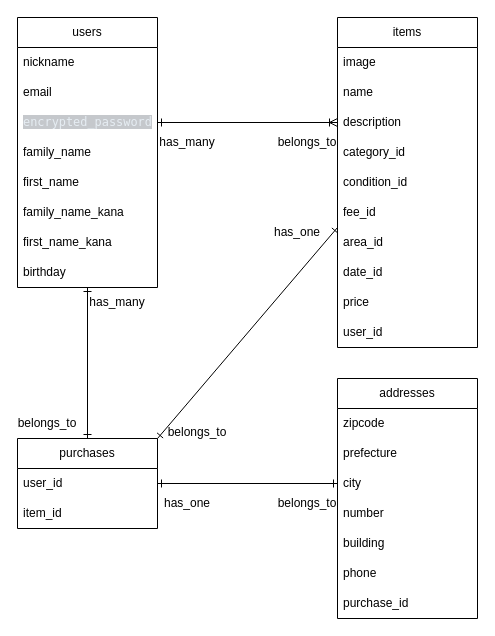
The draw.io diagram furima.dio in taikiwish/furima-40580, before the edit. Source tidied: cells renumbered, new cells numbered last; positions are measured from the earlier drawing's top-left corner, leaving out a move shared by most shapes. Both pictures are drawn from the tidied source at 100%, with x=0, y=0 at pixel (17, 17).
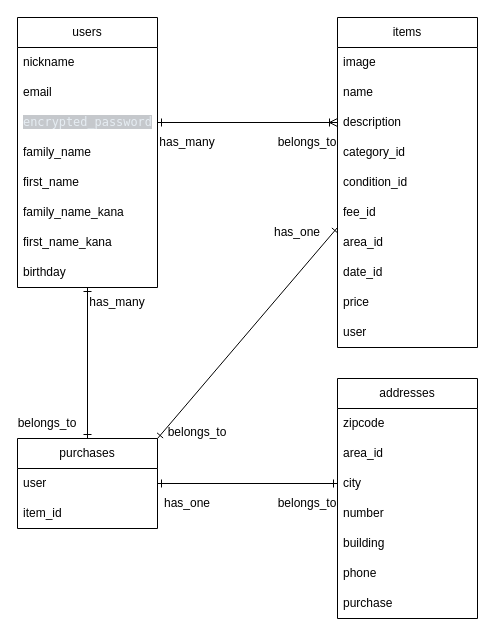
The same diagram, later.

Unchanged cells that the change refers to:
```xml
<mxCell id="12" value="items" style="swimlane;fontStyle=0;horizontal=1;startSize=30;whiteSpace=wrap;html=1;" parent="1" vertex="1">
  <mxGeometry x="320" width="140" height="330" as="geometry" />
</mxCell>
<mxCell id="24" value="purchases" style="swimlane;fontStyle=0;horizontal=1;startSize=30;whiteSpace=wrap;html=1;" parent="1" vertex="1">
  <mxGeometry y="421" width="140" height="90" as="geometry" />
</mxCell>
<mxCell id="27" value="addresses" style="swimlane;fontStyle=0;horizontal=1;startSize=30;whiteSpace=wrap;html=1;" parent="1" vertex="1">
  <mxGeometry x="320" y="361" width="140" height="240" as="geometry" />
</mxCell>
```

Change to the diagram source:
```diff
@@
-    <mxCell id="22" value="user_id" style="text;strokeColor=none;fillColor=none;align=left;verticalAlign=middle;spacingLeft=4;spacingRight=4;overflow=hidden;whiteSpace=wrap;html=1;" parent="12" vertex="1">
+    <mxCell id="22" value="user" style="text;strokeColor=none;fillColor=none;align=left;verticalAlign=middle;spacingLeft=4;spacingRight=4;overflow=hidden;whiteSpace=wrap;html=1;" parent="12" vertex="1">
       <mxGeometry y="300" width="140" height="30" as="geometry" />
     </mxCell>
@@
-    <mxCell id="25" value="user_id" style="text;strokeColor=none;fillColor=none;align=left;verticalAlign=middle;spacingLeft=4;spacingRight=4;overflow=hidden;whiteSpace=wrap;html=1;" parent="24" vertex="1">
+    <mxCell id="25" value="user" style="text;strokeColor=none;fillColor=none;align=left;verticalAlign=middle;spacingLeft=4;spacingRight=4;overflow=hidden;whiteSpace=wrap;html=1;" parent="24" vertex="1">
       <mxGeometry y="30" width="140" height="30" as="geometry" />
     </mxCell>
@@
-    <mxCell id="29" value="prefecture" style="text;strokeColor=none;fillColor=none;align=left;verticalAlign=middle;spacingLeft=4;spacingRight=4;overflow=hidden;whiteSpace=wrap;html=1;" parent="27" vertex="1">
+    <mxCell id="29" value="area_id" style="text;strokeColor=none;fillColor=none;align=left;verticalAlign=middle;spacingLeft=4;spacingRight=4;overflow=hidden;whiteSpace=wrap;html=1;" parent="27" vertex="1">
       <mxGeometry y="60" width="140" height="30" as="geometry" />
     </mxCell>
@@
-    <mxCell id="34" value="purchase_id" style="text;strokeColor=none;fillColor=none;align=left;verticalAlign=middle;spacingLeft=4;spacingRight=4;overflow=hidden;whiteSpace=wrap;html=1;" parent="27" vertex="1">
+    <mxCell id="34" value="purchase" style="text;strokeColor=none;fillColor=none;align=left;verticalAlign=middle;spacingLeft=4;spacingRight=4;overflow=hidden;whiteSpace=wrap;html=1;" parent="27" vertex="1">
       <mxGeometry y="210" width="140" height="30" as="geometry" />
     </mxCell>
```
